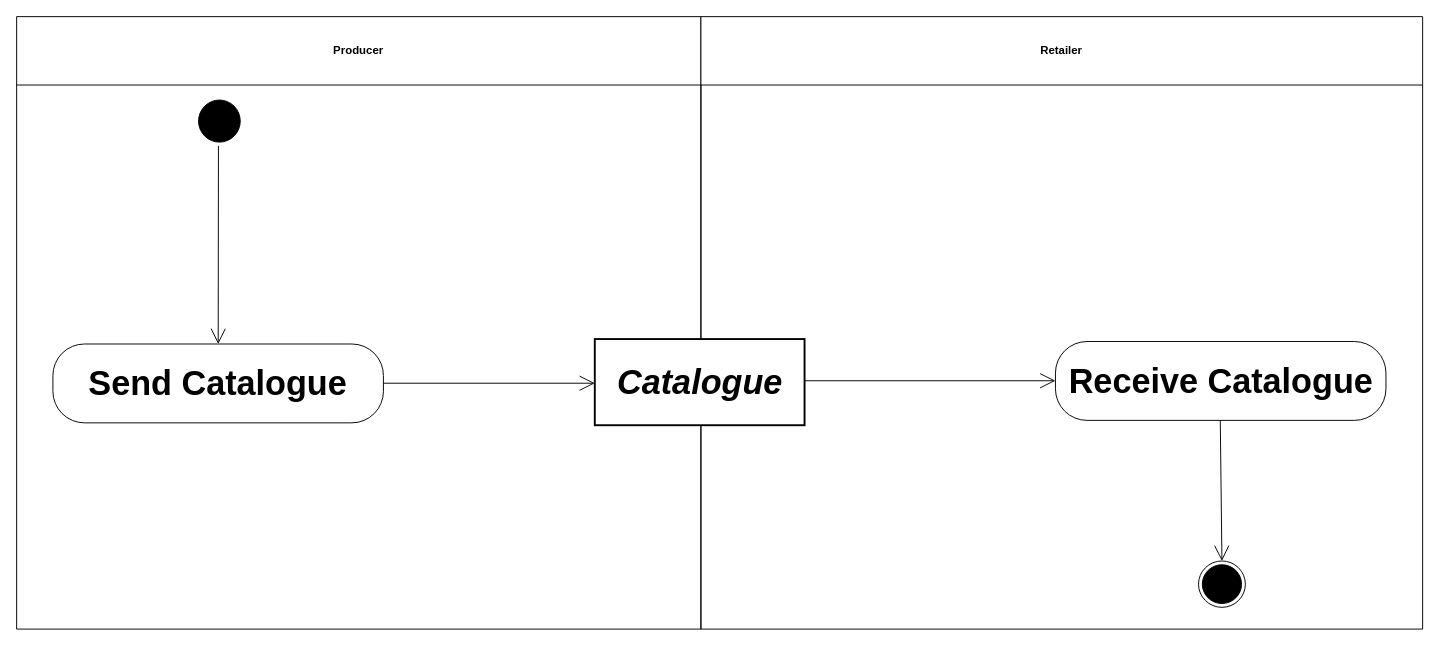
This is diagrams/UBL-2.2-ROCD-BaseArticleCatalogue/UBL-2.2-ROCD-BaseArticleCatalogue.drawio from kduvekot/ubl-work-on-svg-images, a draw.io file, before an edit. Source tidied: cells renumbered, new cells numbered last; positions are measured from the earlier drawing's top-left corner, leaving out a move shared by most shapes. Both pictures are drawn from the tidied source at 95%, with x=0, y=0 at pixel (16, 16).
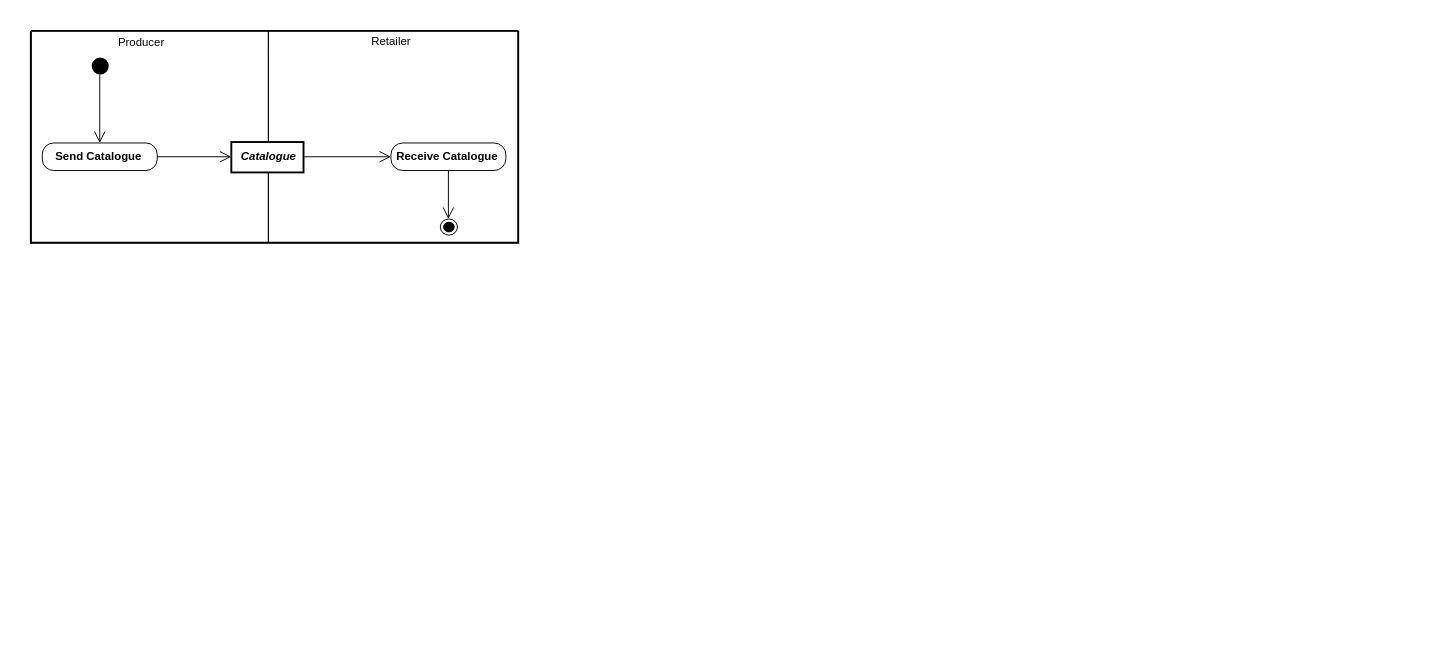
After the change.

Diff of the diagram source:
```diff
@@
 <mxGraphModel>
   <root>
     <mxCell id="0" />
     <mxCell id="1" parent="0" />
+    <mxCell id="13" style="swimlane;html=1;startSize=0;whiteSpace=wrap;fillColor=none;strokeWidth=2;" parent="1" vertex="1">
+      <mxGeometry x="15" y="15" width="513" height="223" as="geometry" />
+    </mxCell>
-    <mxCell id="2" value="Producer" style="swimlane;whiteSpace=wrap;html=1;startSize=72;" parent="1" vertex="1">
-      <mxGeometry width="720.3" height="644.7" as="geometry" />
+    <mxCell id="2" value="Producer" style="swimlane;horizontal=1;startSize=23;swimlaneLine=0;html=1;fillColor=none;fontSize=12;fontStyle=0;spacing=0;spacingRight=18;" parent="13" vertex="1">
+      <mxGeometry width="250" height="223" as="geometry" />
     </mxCell>
-    <mxCell id="3" value="Retailer" style="swimlane;whiteSpace=wrap;html=1;startSize=72;" parent="1" vertex="1">
-      <mxGeometry x="720.3" width="759.7" height="644.7" as="geometry" />
+    <mxCell id="3" value="Retailer" style="swimlane;horizontal=1;startSize=22;swimlaneLine=0;html=1;fillColor=none;fontSize=12;fontStyle=0;spacing=0;spacingRight=5;" parent="13" vertex="1">
+      <mxGeometry x="250" width="263" height="223" as="geometry" />
     </mxCell>
-    <mxCell id="4" style="ellipse;html=1;shape=startState;fillColor=#000000;strokeColor=#000000;fontFamily=Helvetica;fontSize=36;" parent="1" vertex="1">
-      <mxGeometry x="187.5" y="83.8" width="51.9" height="52.3" as="geometry" />
+    <mxCell id="4" style="ellipse;shape=startState;fillColor=#000000;strokeColor=none;html=1;" parent="2" vertex="1">
+      <mxGeometry x="60" y="24" width="26" height="26" as="geometry" />
     </mxCell>
-    <mxCell id="5" value="Catalogue" style="rounded=0;whiteSpace=wrap;html=1;fontStyle=3;strokeWidth=2;fontFamily=Helvetica;fontSize=36;" parent="1" vertex="1">
-      <mxGeometry x="608.6" y="339.4" width="220.8" height="90.7" as="geometry" />
+    <mxCell id="5" value="Catalogue" style="rounded=0;html=1;whiteSpace=nowrap;fontSize=12;fontStyle=3;align=center;verticalAlign=middle;spacing=0;spacingLeft=1;spacingBottom=2;strokeWidth=2;" parent="3" vertex="1">
+      <mxGeometry x="-39" y="117" width="76" height="32" as="geometry" />
     </mxCell>
-    <mxCell id="6" value="Receive Catalogue" style="rounded=1;arcSize=40;whiteSpace=wrap;html=1;fontStyle=1;fontFamily=Helvetica;fontSize=36;" parent="1" vertex="1">
-      <mxGeometry x="1093.5" y="342" width="347.9" height="83" as="geometry" />
+    <mxCell id="6" value="Receive Catalogue" style="rounded=1;absoluteArcSize=1;arcSize=25;html=1;whiteSpace=nowrap;fontSize=12;fontStyle=1;align=center;verticalAlign=middle;spacing=0;spacingRight=4;spacingBottom=1;" parent="3" vertex="1">
+      <mxGeometry x="129" y="118" width="121" height="29" as="geometry" />
     </mxCell>
-    <mxCell id="7" value="Send Catalogue" style="rounded=1;arcSize=40;whiteSpace=wrap;html=1;fontStyle=1;fontFamily=Helvetica;fontSize=36;" parent="1" vertex="1">
-      <mxGeometry x="38.2" y="344.6" width="347.9" height="83" as="geometry" />
+    <mxCell id="7" value="Send Catalogue" style="rounded=1;absoluteArcSize=1;arcSize=24;html=1;whiteSpace=nowrap;fontSize=12;fontStyle=1;align=center;verticalAlign=middle;spacing=0;spacingRight=3;spacingBottom=1;" parent="2" vertex="1">
+      <mxGeometry x="12" y="118" width="121" height="29" as="geometry" />
     </mxCell>
-    <mxCell id="8" style="ellipse;html=1;shape=endState;fillColor=#000000;strokeColor=#000000;fontFamily=Helvetica;fontSize=36;" parent="1" vertex="1">
-      <mxGeometry x="1244.1" y="573" width="49.3" height="48.8" as="geometry" />
+    <mxCell id="8" style="ellipse;shape=endState;fillColor=#000000;html=1;" parent="3" vertex="1">
+      <mxGeometry x="181" y="198" width="18" height="17" as="geometry" />
     </mxCell>
-    <mxCell id="9" style="edgeStyle=none;rounded=0;html=1;endArrow=open;endFill=0;endSize=14;exitX=0.4759;exitY=1.0;entryX=0.5001;entryY=0.0;" parent="1" edge="1" source="4" target="7">
+    <mxCell id="9" style="edgeStyle=none;rounded=0;html=1;endArrow=open;endFill=0;endSize=10;exitPerimeter=0;entryX=0.5;entryY=0;entryPerimeter=0;exitX=0.480769;exitY=0.8473;" parent="2" edge="1" source="4" target="7">
       <mxGeometry relative="1" as="geometry" />
     </mxCell>
-    <mxCell id="10" style="edgeStyle=none;rounded=0;html=1;endArrow=open;endFill=0;endSize=14;exitX=1.0;exitY=0.484;entryX=0.0;entryY=0.4976;" parent="1" edge="1" source="5" target="6">
+    <mxCell id="10" style="edgeStyle=none;rounded=0;html=1;endArrow=open;endFill=0;endSize=10;exitPerimeter=0;entryX=0;entryY=0.5;entryPerimeter=0;exitX=1;exitY=0.484375;" parent="3" edge="1" source="5" target="6">
       <mxGeometry relative="1" as="geometry" />
     </mxCell>
-    <mxCell id="11" style="edgeStyle=none;rounded=0;html=1;endArrow=open;endFill=0;endSize=14;exitX=1.0;exitY=0.4976;entryX=0.0;entryY=0.5127;" parent="1" edge="1" source="7" target="5">
+    <mxCell id="11" style="edgeStyle=none;rounded=0;html=1;endArrow=open;endFill=0;endSize=10;exitX=1;exitY=0.5;exitPerimeter=0;entryPerimeter=0;entryX=0;entryY=0.484375;" parent="13" edge="1" source="7" target="5">
       <mxGeometry relative="1" as="geometry" />
     </mxCell>
-    <mxCell id="12" style="edgeStyle=none;rounded=0;html=1;endArrow=open;endFill=0;endSize=14;exitX=0.4987;exitY=1.0;entryX=0.4807;entryY=0.0;" parent="1" edge="1" source="6" target="8">
+    <mxCell id="12" style="edgeStyle=none;rounded=0;html=1;endArrow=open;endFill=0;endSize=10;exitX=0.5;exitY=1;exitPerimeter=0;entryPerimeter=0;entryX=0.472222;entryY=0;" parent="3" edge="1" source="6" target="8">
       <mxGeometry relative="1" as="geometry" />
     </mxCell>
   </root>
 </mxGraphModel>
```
